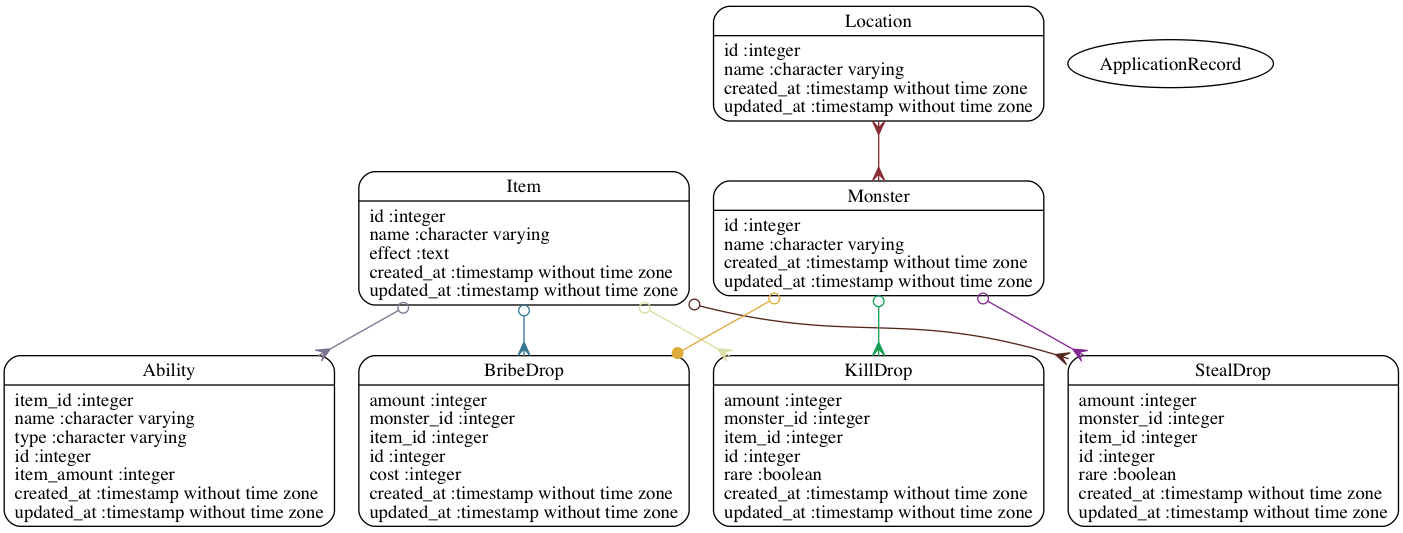
ffxindex/ffx-index-api keeps this Graphviz diagram as models.png. Above is the earlier version. Its source is kept beside it as models.dot.
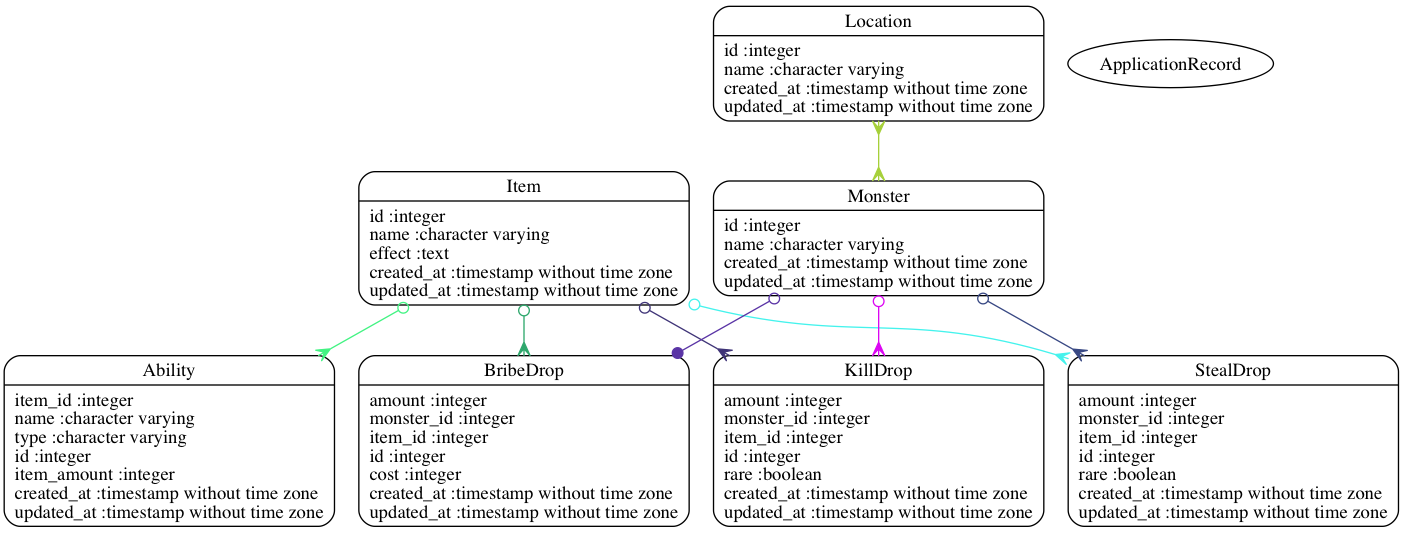
The same file after the commit.

Commit message:
beginning item db filling

Change to the diagram source:
```diff
@@ -8,12 +8,12 @@
 	"Location" [shape=Mrecord, label="{Location|id :integer\lname :character varying\lcreated_at :timestamp without time zone\lupdated_at :timestamp without time zone\l}"]
 	"Monster" [shape=Mrecord, label="{Monster|id :integer\lname :character varying\lcreated_at :timestamp without time zone\lupdated_at :timestamp without time zone\l}"]
 	"StealDrop" [shape=Mrecord, label="{StealDrop|amount :integer\lmonster_id :integer\litem_id :integer\lid :integer\lrare :boolean\lcreated_at :timestamp without time zone\lupdated_at :timestamp without time zone\l}"]
-	"Item" -> "Ability" [arrowtail=odot, arrowhead=crow, dir=both color="#7C728F"]
-	"Item" -> "KillDrop" [arrowtail=odot, arrowhead=crow, dir=both color="#DBDEA3"]
-	"Item" -> "StealDrop" [arrowtail=odot, arrowhead=crow, dir=both color="#55261E"]
-	"Item" -> "BribeDrop" [arrowtail=odot, arrowhead=crow, dir=both color="#357693"]
-	"Location" -> "Monster" [arrowtail=crow, arrowhead=crow, dir=both color="#882D36"]
-	"Monster" -> "KillDrop" [arrowtail=odot, arrowhead=crow, dir=both color="#169E53"]
-	"Monster" -> "StealDrop" [arrowtail=odot, arrowhead=crow, dir=both color="#852894"]
-	"Monster" -> "BribeDrop" [arrowtail=odot, arrowhead=dot, dir=both color="#DEAA3B"]
+	"Item" -> "Ability" [arrowtail=odot, arrowhead=crow, dir=both color="#42F282"]
+	"Item" -> "KillDrop" [arrowtail=odot, arrowhead=crow, dir=both color="#3F3477"]
+	"Item" -> "StealDrop" [arrowtail=odot, arrowhead=crow, dir=both color="#45F2EC"]
+	"Item" -> "BribeDrop" [arrowtail=odot, arrowhead=crow, dir=both color="#2EA76C"]
+	"Location" -> "Monster" [arrowtail=crow, arrowhead=crow, dir=both color="#A6D03A"]
+	"Monster" -> "KillDrop" [arrowtail=odot, arrowhead=crow, dir=both color="#DB06F2"]
+	"Monster" -> "StealDrop" [arrowtail=odot, arrowhead=crow, dir=both color="#384883"]
+	"Monster" -> "BribeDrop" [arrowtail=odot, arrowhead=dot, dir=both color="#5A34A5"]
 }
```
